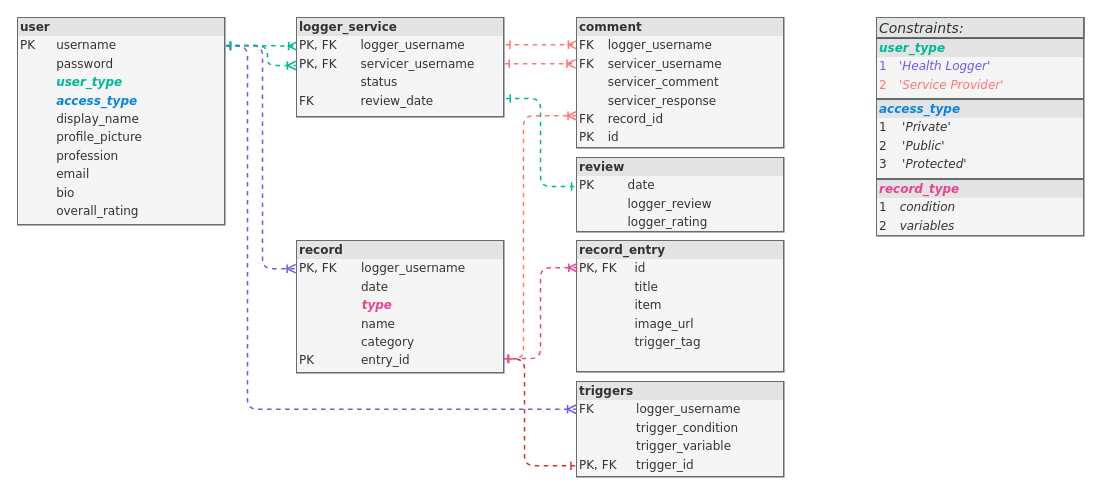
Above: diagrams/database/database_tables_relationships - recordpk.drawio in mervin-njy/trigg-track-v2 (draw.io), before the change. Source tidied: cells renumbered, new cells numbered last; positions are measured from the earlier drawing's top-left corner, leaving out a move shared by most shapes. Both pictures are drawn from the tidied source at 100%, with x=0, y=0 at pixel (17, 17).
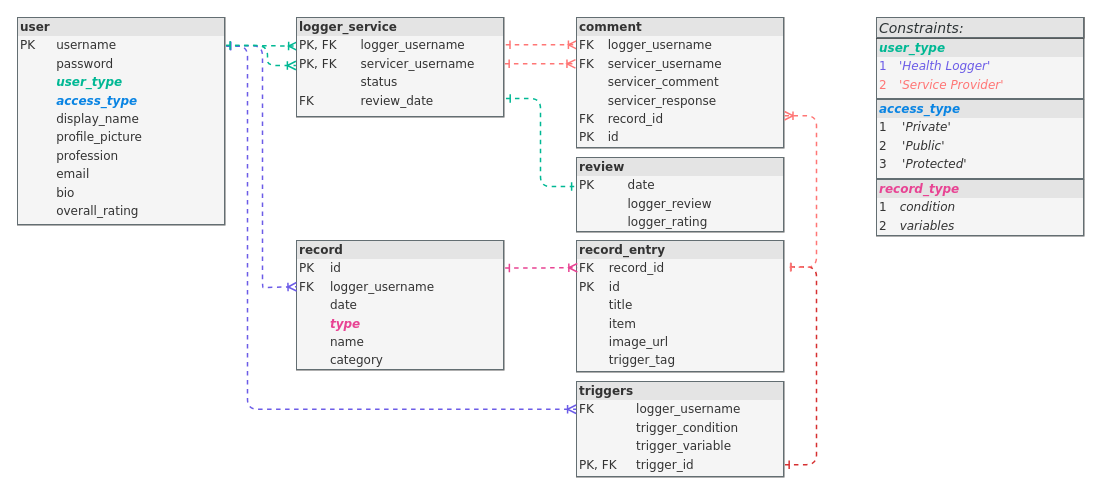
The same diagram, later.

Commit message (it also covers changes not shown here):
update rs table for DELETE CASCADE

Unchanged cells that the change refers to:
```xml
<mxCell id="2" value="&lt;div style=&quot;box-sizing: border-box ; width: 100% ; background: #e4e4e4 ; padding: 2px&quot;&gt;&lt;b&gt;user&lt;/b&gt;&lt;/div&gt;&lt;table style=&quot;width: 100% ; font-size: 1em&quot; cellpadding=&quot;2&quot; cellspacing=&quot;0&quot;&gt;&lt;tbody&gt;&lt;tr&gt;&lt;td&gt;PK&lt;/td&gt;&lt;td&gt;username&lt;/td&gt;&lt;/tr&gt;&lt;tr&gt;&lt;td&gt;&lt;br&gt;&lt;/td&gt;&lt;td&gt;password&lt;/td&gt;&lt;/tr&gt;&lt;tr&gt;&lt;td&gt;&lt;/td&gt;&lt;td&gt;&lt;font color=&quot;#00b894&quot;&gt;&lt;b&gt;&lt;i&gt;user_type&lt;/i&gt;&lt;/b&gt;&lt;/font&gt;&lt;/td&gt;&lt;/tr&gt;&lt;tr&gt;&lt;td&gt;&lt;i&gt;&lt;br&gt;&lt;/i&gt;&lt;/td&gt;&lt;td&gt;&lt;font color=&quot;#0984e3&quot;&gt;&lt;b&gt;&lt;i&gt;access_type&lt;/i&gt;&lt;/b&gt;&lt;/font&gt;&lt;br&gt;&lt;/td&gt;&lt;/tr&gt;&lt;tr&gt;&lt;td&gt;&lt;br&gt;&lt;/td&gt;&lt;td&gt;display_name&lt;br&gt;&lt;/td&gt;&lt;/tr&gt;&lt;tr&gt;&lt;td&gt;&lt;br&gt;&lt;/td&gt;&lt;td&gt;profile_picture&lt;br&gt;&lt;/td&gt;&lt;/tr&gt;&lt;tr&gt;&lt;td&gt;&lt;br&gt;&lt;/td&gt;&lt;td&gt;profession&lt;br&gt;&lt;/td&gt;&lt;/tr&gt;&lt;tr&gt;&lt;td&gt;&lt;br&gt;&lt;/td&gt;&lt;td&gt;email&lt;/td&gt;&lt;/tr&gt;&lt;tr&gt;&lt;td&gt;&lt;br&gt;&lt;/td&gt;&lt;td&gt;bio&lt;br&gt;&lt;/td&gt;&lt;/tr&gt;&lt;tr&gt;&lt;td&gt;&lt;br&gt;&lt;/td&gt;&lt;td&gt;overall_rating&lt;br&gt;&lt;/td&gt;&lt;/tr&gt;&lt;/tbody&gt;&lt;/table&gt;" style="verticalAlign=top;align=left;overflow=fill;html=1;rounded=0;shadow=0;comic=0;labelBackgroundColor=none;strokeWidth=0.5;fontFamily=Verdana;fontSize=12;fillColor=#f5f5f5;strokeColor=#666666;fontColor=#333333;glass=0;noLabel=0;portConstraint=none;labelPadding=0;strokeOpacity=100;perimeterSpacing=0;spacingTop=0;spacing=2;spacingLeft=0;labelBorderColor=#636e72;" parent="1" vertex="1">
  <mxGeometry width="208" height="208" as="geometry" />
</mxCell>
<mxCell id="9" value="&lt;div style=&quot;box-sizing: border-box ; width: 100% ; background: #e4e4e4 ; padding: 2px&quot;&gt;&lt;b&gt;triggers&lt;/b&gt;&lt;/div&gt;&lt;table style=&quot;width: 100% ; font-size: 1em&quot; cellpadding=&quot;2&quot; cellspacing=&quot;0&quot;&gt;&lt;tbody&gt;&lt;tr&gt;&lt;td&gt;FK&lt;/td&gt;&lt;td&gt;logger_username&lt;/td&gt;&lt;/tr&gt;&lt;tr&gt;&lt;td&gt;&lt;br&gt;&lt;/td&gt;&lt;td&gt;trigger_condition&lt;/td&gt;&lt;/tr&gt;&lt;tr&gt;&lt;td&gt;&lt;br&gt;&lt;/td&gt;&lt;td&gt;trigger_variable&lt;/td&gt;&lt;/tr&gt;&lt;tr&gt;&lt;td&gt;PK, FK&lt;/td&gt;&lt;td&gt;trigger_id&lt;/td&gt;&lt;/tr&gt;&lt;/tbody&gt;&lt;/table&gt;" style="verticalAlign=top;align=left;overflow=fill;html=1;rounded=0;shadow=0;comic=0;labelBackgroundColor=none;strokeWidth=0.5;fontFamily=Verdana;fontSize=12;fillColor=#f5f5f5;strokeColor=#666666;fontColor=#333333;labelBorderColor=#636e72;" parent="1" vertex="1">
  <mxGeometry x="559" y="364" width="208" height="95.9" as="geometry" />
</mxCell>
<mxCell id="13" value="&lt;div style=&quot;box-sizing: border-box ; width: 100% ; background: #e4e4e4 ; padding: 2px&quot;&gt;&lt;b&gt;comment&lt;/b&gt;&lt;/div&gt;&lt;table style=&quot;width: 100% ; font-size: 1em&quot; cellpadding=&quot;2&quot; cellspacing=&quot;0&quot;&gt;&lt;tbody&gt;&lt;tr&gt;&lt;td&gt;FK&lt;/td&gt;&lt;td&gt;logger_username&lt;/td&gt;&lt;/tr&gt;&lt;tr&gt;&lt;td&gt;FK&lt;/td&gt;&lt;td&gt;servicer_username&lt;/td&gt;&lt;/tr&gt;&lt;tr&gt;&lt;td&gt;&lt;br&gt;&lt;/td&gt;&lt;td&gt;servicer_comment&lt;/td&gt;&lt;/tr&gt;&lt;tr&gt;&lt;td&gt;&lt;br&gt;&lt;/td&gt;&lt;td&gt;servicer_response&lt;br&gt;&lt;/td&gt;&lt;/tr&gt;&lt;tr&gt;&lt;td&gt;FK&lt;/td&gt;&lt;td&gt;record_id&lt;/td&gt;&lt;/tr&gt;&lt;tr&gt;&lt;td&gt;PK&lt;/td&gt;&lt;td&gt;id&lt;/td&gt;&lt;/tr&gt;&lt;/tbody&gt;&lt;/table&gt;" style="verticalAlign=top;align=left;overflow=fill;html=1;rounded=0;shadow=0;comic=0;labelBackgroundColor=none;strokeWidth=0.5;fontFamily=Verdana;fontSize=12;fillColor=#f5f5f5;strokeColor=#666666;fontColor=#333333;labelBorderColor=#636e72;" parent="1" vertex="1">
  <mxGeometry x="559" width="208" height="131" as="geometry" />
</mxCell>
```

What changed in the source:
```diff
@@
-    <mxCell id="6" value="&lt;div style=&quot;box-sizing: border-box ; width: 100% ; background: #e4e4e4 ; padding: 2px&quot;&gt;&lt;b&gt;record&lt;/b&gt;&lt;/div&gt;&lt;table style=&quot;width: 100% ; font-size: 1em&quot; cellpadding=&quot;2&quot; cellspacing=&quot;0&quot;&gt;&lt;tbody&gt;&lt;tr&gt;&lt;td&gt;PK, FK&lt;/td&gt;&lt;td&gt;&amp;nbsp; logger_username&lt;/td&gt;&lt;/tr&gt;&lt;tr&gt;&lt;td&gt;&lt;br&gt;&lt;/td&gt;&lt;td&gt;&amp;nbsp; date&lt;/td&gt;&lt;/tr&gt;&lt;tr&gt;&lt;td&gt;&lt;i&gt;&lt;b&gt;&lt;font color=&quot;#e84393&quot;&gt;&lt;br&gt;&lt;/font&gt;&lt;/b&gt;&lt;/i&gt;&lt;/td&gt;&lt;td&gt;&lt;i&gt;&lt;b&gt;&lt;font color=&quot;#e84393&quot;&gt;&amp;nbsp; type&lt;br&gt;&lt;/font&gt;&lt;/b&gt;&lt;/i&gt;&lt;/td&gt;&lt;/tr&gt;&lt;tr&gt;&lt;td&gt;&lt;br&gt;&lt;/td&gt;&lt;td&gt;&amp;nbsp; name&lt;/td&gt;&lt;/tr&gt;&lt;tr&gt;&lt;td&gt;&lt;br&gt;&lt;/td&gt;&lt;td&gt;&amp;nbsp; category&lt;/td&gt;&lt;/tr&gt;&lt;tr&gt;&lt;td&gt;PK&lt;/td&gt;&lt;td&gt;&amp;nbsp; entry_id&lt;/td&gt;&lt;/tr&gt;&lt;/tbody&gt;&lt;/table&gt;" style="verticalAlign=top;align=left;overflow=fill;html=1;rounded=0;shadow=0;comic=0;labelBackgroundColor=none;strokeWidth=0.5;fontFamily=Verdana;fontSize=12;fillColor=#f5f5f5;strokeColor=#666666;fontColor=#333333;labelBorderColor=#636e72;" parent="1" vertex="1">
-      <mxGeometry x="279" y="223" width="208" height="132.9" as="geometry" />
+    <mxCell id="6" value="&lt;div style=&quot;box-sizing: border-box ; width: 100% ; background: #e4e4e4 ; padding: 2px&quot;&gt;&lt;b&gt;record&lt;/b&gt;&lt;/div&gt;&lt;table style=&quot;width: 100% ; font-size: 1em&quot; cellpadding=&quot;2&quot; cellspacing=&quot;0&quot;&gt;&lt;tbody&gt;&lt;tr&gt;&lt;td&gt;PK&lt;/td&gt;&lt;td&gt;id&lt;/td&gt;&lt;/tr&gt;&lt;tr&gt;&lt;td&gt;FK&lt;/td&gt;&lt;td&gt;logger_username&lt;/td&gt;&lt;/tr&gt;&lt;tr&gt;&lt;td&gt;&lt;br&gt;&lt;/td&gt;&lt;td&gt;date&lt;/td&gt;&lt;/tr&gt;&lt;tr&gt;&lt;td&gt;&lt;i&gt;&lt;b&gt;&lt;font color=&quot;#e84393&quot;&gt;&lt;br&gt;&lt;/font&gt;&lt;/b&gt;&lt;/i&gt;&lt;/td&gt;&lt;td&gt;&lt;i&gt;&lt;b&gt;&lt;font color=&quot;#e84393&quot;&gt;type&lt;br&gt;&lt;/font&gt;&lt;/b&gt;&lt;/i&gt;&lt;/td&gt;&lt;/tr&gt;&lt;tr&gt;&lt;td&gt;&lt;br&gt;&lt;/td&gt;&lt;td&gt;name&lt;/td&gt;&lt;/tr&gt;&lt;tr&gt;&lt;td&gt;&lt;br&gt;&lt;/td&gt;&lt;td&gt;category&lt;/td&gt;&lt;/tr&gt;&lt;/tbody&gt;&lt;/table&gt;" style="verticalAlign=top;align=left;overflow=fill;html=1;rounded=0;shadow=0;comic=0;labelBackgroundColor=none;strokeWidth=0.5;fontFamily=Verdana;fontSize=12;fillColor=#f5f5f5;strokeColor=#666666;fontColor=#333333;labelBorderColor=#636e72;" parent="1" vertex="1">
+      <mxGeometry x="279" y="223" width="208" height="130" as="geometry" />
     </mxCell>
-    <mxCell id="7" style="edgeStyle=elbowEdgeStyle;html=1;dashed=1;labelBackgroundColor=none;startArrow=ERone;endArrow=ERone;fontFamily=Verdana;fontSize=12;align=left;endFill=0;startFill=0;strokeColor=#d63031;strokeWidth=1.5;exitX=-0.006;exitY=0.878;exitDx=0;exitDy=0;exitPerimeter=0;entryX=0.999;entryY=0.892;entryDx=0;entryDy=0;entryPerimeter=0;" parent="1" edge="1" source="9" target="6">
+    <mxCell id="7" style="edgeStyle=elbowEdgeStyle;html=1;dashed=1;labelBackgroundColor=none;startArrow=ERone;endArrow=ERone;fontFamily=Verdana;fontSize=12;align=left;endFill=0;startFill=0;strokeColor=#d63031;strokeWidth=1.5;entryX=1.01;entryY=0.201;entryDx=0;entryDy=0;entryPerimeter=0;exitX=1.002;exitY=0.867;exitDx=0;exitDy=0;exitPerimeter=0;" parent="1" edge="1" source="9" target="14">
       <mxGeometry relative="1" as="geometry">
         <Array as="points">
-          <mxPoint x="507" y="392" />
+          <mxPoint x="799" y="353" />
         </Array>
       </mxGeometry>
     </mxCell>
@@
-    <mxCell id="11" style="edgeStyle=orthogonalEdgeStyle;html=1;dashed=1;labelBackgroundColor=none;startArrow=ERone;endArrow=ERoneToMany;fontFamily=Verdana;fontSize=12;align=left;endFill=0;startFill=0;strokeColor=#6c5ce7;strokeWidth=1.5;entryX=-0.004;entryY=0.212;entryDx=0;entryDy=0;entryPerimeter=0;exitX=1.004;exitY=0.136;exitDx=0;exitDy=0;exitPerimeter=0;" parent="1" edge="1" source="2" target="6">
+    <mxCell id="11" style="edgeStyle=orthogonalEdgeStyle;html=1;dashed=1;labelBackgroundColor=none;startArrow=ERone;endArrow=ERoneToMany;fontFamily=Verdana;fontSize=12;align=left;endFill=0;startFill=0;strokeColor=#6c5ce7;strokeWidth=1.5;exitX=1.004;exitY=0.136;exitDx=0;exitDy=0;exitPerimeter=0;entryX=0;entryY=0.356;entryDx=0;entryDy=0;entryPerimeter=0;" parent="1" edge="1" source="2" target="6">
       <mxGeometry relative="1" as="geometry">
         <Array as="points">
           <mxPoint x="245" y="28" />
-          <mxPoint x="245" y="251" />
+          <mxPoint x="245" y="270" />
+          <mxPoint x="246" y="270" />
+          <mxPoint x="279" y="269" />
         </Array>
       </mxGeometry>
     </mxCell>
@@
-    <mxCell id="14" value="&lt;div style=&quot;box-sizing: border-box ; width: 100% ; background: #e4e4e4 ; padding: 2px&quot;&gt;&lt;b&gt;record_entry&lt;/b&gt;&lt;/div&gt;&lt;table style=&quot;width: 100% ; font-size: 1em&quot; cellpadding=&quot;2&quot; cellspacing=&quot;0&quot;&gt;&lt;tbody&gt;&lt;tr&gt;&lt;td&gt;PK, FK&lt;/td&gt;&lt;td&gt;id&lt;/td&gt;&lt;/tr&gt;&lt;tr&gt;&lt;td&gt;&lt;br&gt;&lt;/td&gt;&lt;td&gt;title&lt;/td&gt;&lt;/tr&gt;&lt;tr&gt;&lt;td&gt;&lt;br&gt;&lt;/td&gt;&lt;td&gt;item&lt;br&gt;&lt;/td&gt;&lt;/tr&gt;&lt;tr&gt;&lt;td&gt;&lt;/td&gt;&lt;td&gt;image_url&amp;nbsp; &amp;nbsp; &amp;nbsp; &amp;nbsp; &amp;nbsp; &amp;nbsp; &amp;nbsp;&lt;/td&gt;&lt;/tr&gt;&lt;tr&gt;&lt;td&gt;&lt;br&gt;&lt;/td&gt;&lt;td&gt;trigger_tag&lt;/td&gt;&lt;/tr&gt;&lt;/tbody&gt;&lt;/table&gt;" style="verticalAlign=top;align=left;overflow=fill;html=1;rounded=0;shadow=0;comic=0;labelBackgroundColor=none;strokeWidth=0.5;fontFamily=Verdana;fontSize=12;fillColor=#f5f5f5;strokeColor=#666666;fontColor=#333333;labelBorderColor=#636e72;" parent="1" vertex="1">
+    <mxCell id="14" value="&lt;div style=&quot;box-sizing: border-box ; width: 100% ; background: #e4e4e4 ; padding: 2px&quot;&gt;&lt;b&gt;record_entry&lt;/b&gt;&lt;/div&gt;&lt;table style=&quot;width: 100% ; font-size: 1em&quot; cellpadding=&quot;2&quot; cellspacing=&quot;0&quot;&gt;&lt;tbody&gt;&lt;tr&gt;&lt;td&gt;FK&lt;/td&gt;&lt;td&gt;record_id&lt;/td&gt;&lt;/tr&gt;&lt;tr&gt;&lt;td&gt;PK&lt;/td&gt;&lt;td&gt;id&lt;/td&gt;&lt;/tr&gt;&lt;tr&gt;&lt;td&gt;&lt;br&gt;&lt;/td&gt;&lt;td&gt;title&lt;/td&gt;&lt;/tr&gt;&lt;tr&gt;&lt;td&gt;&lt;br&gt;&lt;/td&gt;&lt;td&gt;item&lt;br&gt;&lt;/td&gt;&lt;/tr&gt;&lt;tr&gt;&lt;td&gt;&lt;/td&gt;&lt;td&gt;image_url&amp;nbsp; &amp;nbsp; &amp;nbsp; &amp;nbsp; &amp;nbsp; &amp;nbsp; &amp;nbsp;&lt;/td&gt;&lt;/tr&gt;&lt;tr&gt;&lt;td&gt;&lt;br&gt;&lt;/td&gt;&lt;td&gt;trigger_tag&lt;/td&gt;&lt;/tr&gt;&lt;/tbody&gt;&lt;/table&gt;" style="verticalAlign=top;align=left;overflow=fill;html=1;rounded=0;shadow=0;comic=0;labelBackgroundColor=none;strokeWidth=0.5;fontFamily=Verdana;fontSize=12;fillColor=#f5f5f5;strokeColor=#666666;fontColor=#333333;labelBorderColor=#636e72;" parent="1" vertex="1">
       <mxGeometry x="559" y="222.9" width="208" height="132.1" as="geometry" />
     </mxCell>
-    <mxCell id="15" style="edgeStyle=orthogonalEdgeStyle;html=1;dashed=1;labelBackgroundColor=none;startArrow=ERoneToMany;endArrow=ERone;fontFamily=Verdana;fontSize=12;align=left;endFill=0;startFill=0;strokeColor=#FF7675;strokeWidth=1.5;exitX=0;exitY=0.75;exitDx=0;exitDy=0;entryX=1;entryY=0.89;entryDx=0;entryDy=0;entryPerimeter=0;" parent="1" edge="1" source="13" target="6">
+    <mxCell id="15" style="edgeStyle=orthogonalEdgeStyle;html=1;dashed=1;labelBackgroundColor=none;startArrow=ERoneToMany;endArrow=ERone;fontFamily=Verdana;fontSize=12;align=left;endFill=0;startFill=0;strokeColor=#FF7675;strokeWidth=1.5;exitX=1;exitY=0.75;exitDx=0;exitDy=0;entryX=1.009;entryY=0.203;entryDx=0;entryDy=0;entryPerimeter=0;" parent="1" edge="1" source="13" target="14">
       <mxGeometry relative="1" as="geometry">
         <Array as="points">
-          <mxPoint x="506" y="98" />
-          <mxPoint x="506" y="341" />
+          <mxPoint x="799" y="98" />
+          <mxPoint x="799" y="250" />
+          <mxPoint x="769" y="250" />
         </Array>
       </mxGeometry>
     </mxCell>
-    <mxCell id="16" style="edgeStyle=orthogonalEdgeStyle;html=1;dashed=1;labelBackgroundColor=none;startArrow=ERone;endArrow=ERoneToMany;fontFamily=Verdana;fontSize=12;align=left;endFill=0;startFill=0;strokeColor=#E84393;strokeWidth=1.5;exitX=0.996;exitY=0.889;exitDx=0;exitDy=0;exitPerimeter=0;entryX=0.004;entryY=0.207;entryDx=0;entryDy=0;entryPerimeter=0;" parent="1" edge="1" source="6" target="14">
+    <mxCell id="16" style="edgeStyle=orthogonalEdgeStyle;html=1;dashed=1;labelBackgroundColor=none;startArrow=ERone;endArrow=ERoneToMany;fontFamily=Verdana;fontSize=12;align=left;endFill=0;startFill=0;strokeColor=#E84393;strokeWidth=1.5;exitX=1.003;exitY=0.211;exitDx=0;exitDy=0;exitPerimeter=0;entryX=0.004;entryY=0.207;entryDx=0;entryDy=0;entryPerimeter=0;" parent="1" edge="1" source="6" target="14">
       <mxGeometry relative="1" as="geometry" />
     </mxCell>
```
